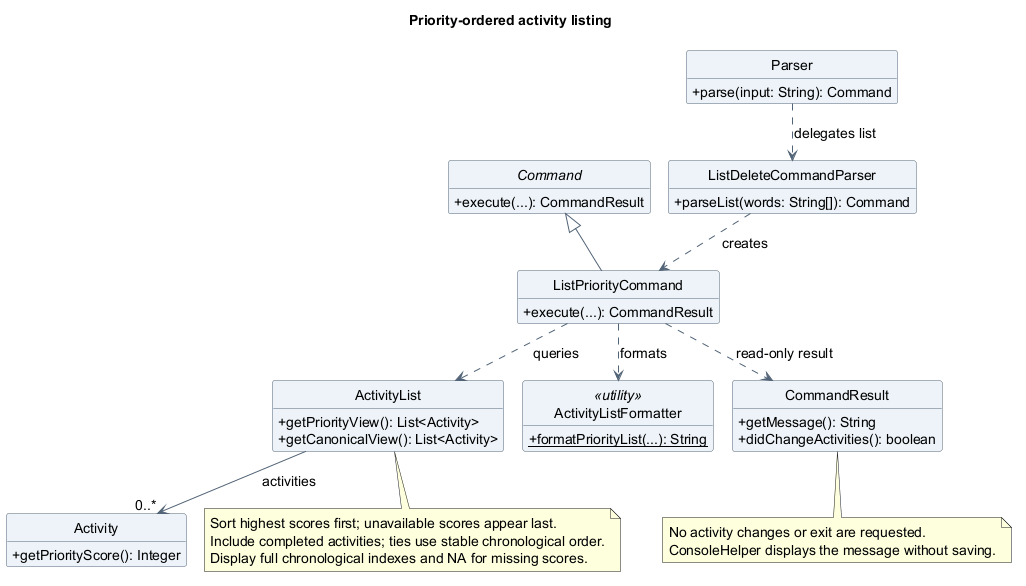
Before: docs/images/asyraf/class/ListPriorityClassDiagram.png, a diagram exported from PlantUML (AY2627S1-CS2113-T10-4/tp).
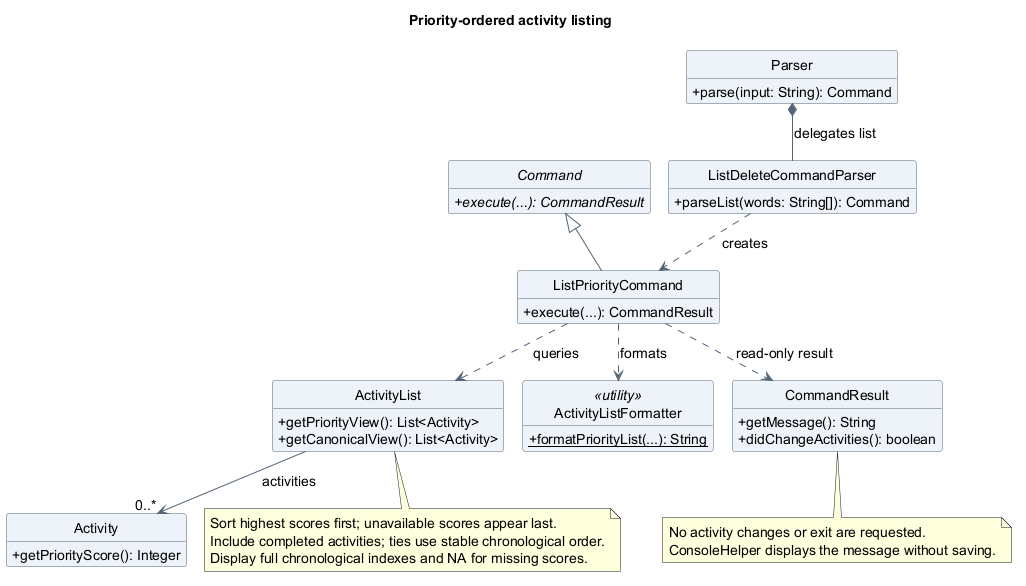
After the change.

Diff of the diagram source:
```diff
@@ -13,7 +13,7 @@
 hide empty members
 
 abstract class Command {
-  +execute(...): CommandResult
+  {abstract} +execute(...): CommandResult
 }
 class Parser {
   +parse(input: String): Command
@@ -39,7 +39,7 @@
   +didChangeActivities(): boolean
 }
 Command <|-- ListPriorityCommand
-Parser ..> ListDeleteCommandParser : delegates list
+Parser *-- ListDeleteCommandParser : delegates list
 ListDeleteCommandParser ..> ListPriorityCommand : creates
 ListPriorityCommand ..> ActivityList : queries
 ListPriorityCommand ..> ActivityListFormatter : formats
```
